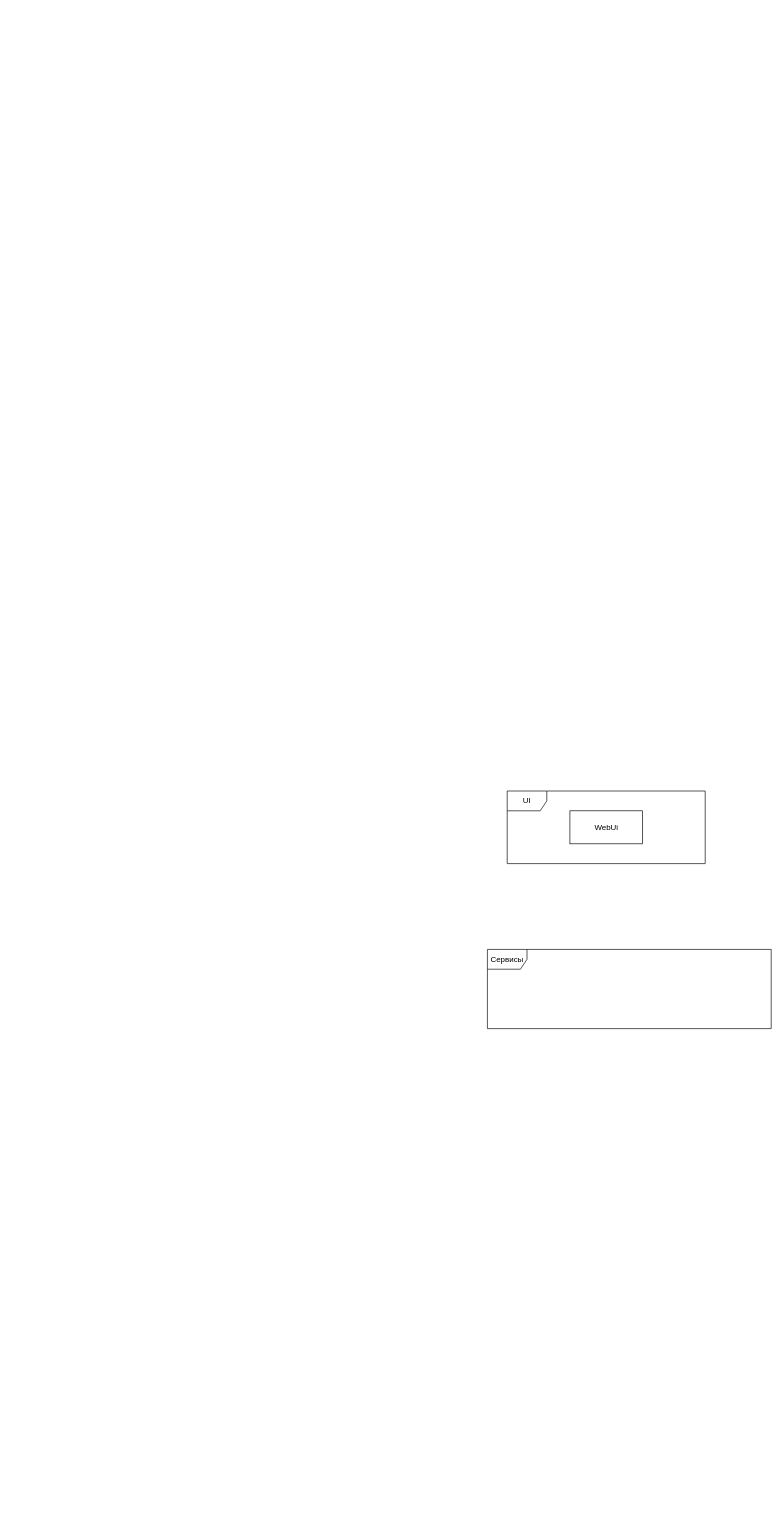
This is SalesFunnel.drawio from fulorgnas/fulorgnas, a draw.io file, before an edit. Source tidied: cells renumbered, new cells numbered last; positions are measured from the earlier drawing's top-left corner, leaving out a move shared by most shapes. Both pictures are drawn from the tidied source at 66%, with x=0, y=0 at pixel (487, 791). Pictures stored in the file or linked from it are replaced by grey dashed boxes.
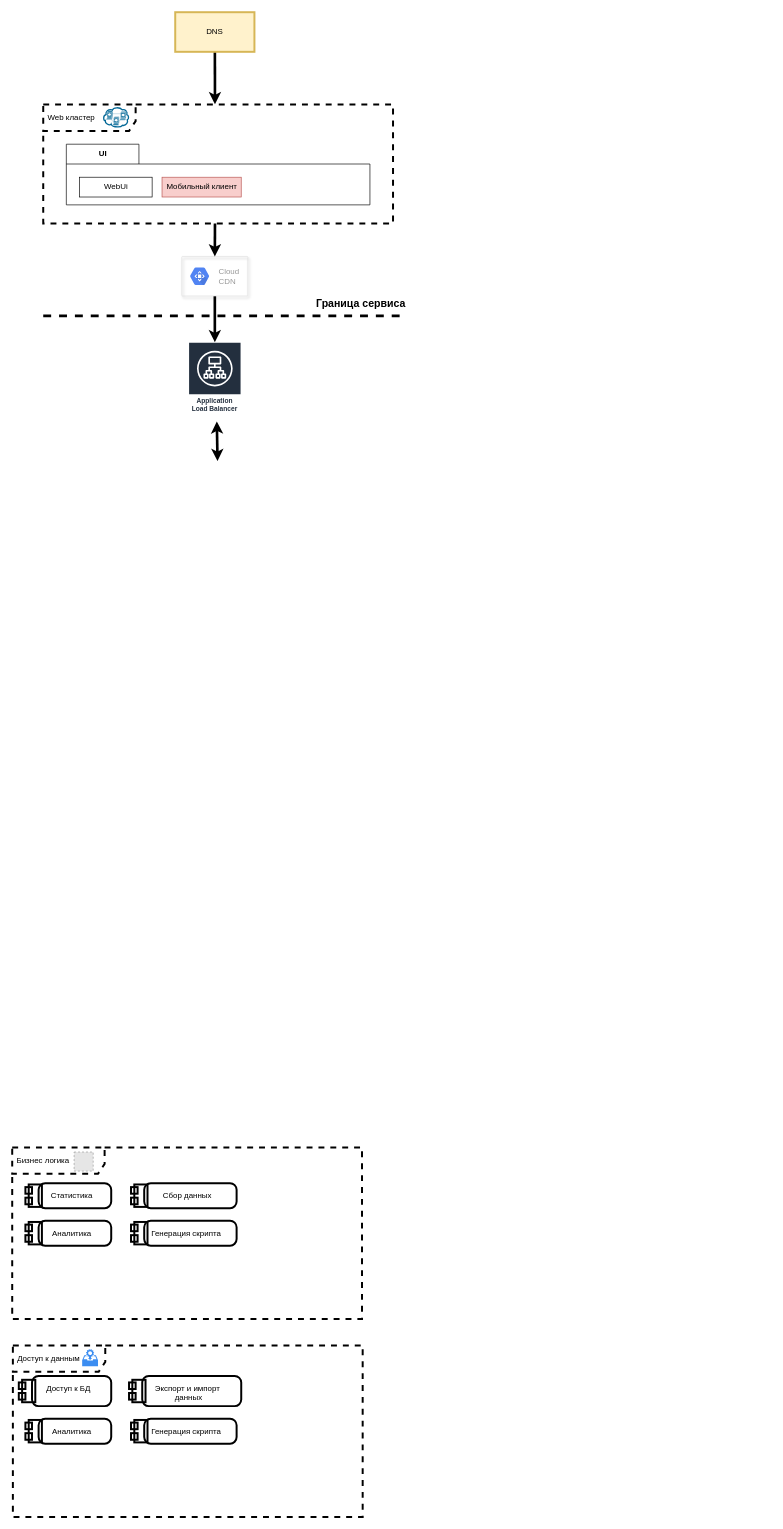
After the change.

The edit, as a diff of the source:
```diff
@@
-    <mxCell id="2" style="group;" parent="1" vertex="1">
-      <mxGeometry x="30" width="300" height="110" as="geometry" />
-    </mxCell>
+    <mxCell id="6" style="group;" parent="1" vertex="1">
+      <mxGeometry x="-720" y="540" width="530" height="260" as="geometry" />
+    </mxCell>
+    <mxCell id="7" value="Бизнес логика" style="shape=umlFrame;whiteSpace=wrap;html=1;width=140;height=40;boundedLbl=1;verticalAlign=middle;align=left;spacingLeft=5;fillColor=none;dashed=1;strokeWidth=3;" parent="6" vertex="1">
+      <mxGeometry width="530" height="260" as="geometry" />
+    </mxCell>
+    <mxCell id="8" value="Статистика" style="shape=mxgraph.uml25.actionParams;html=1;align=center;verticalAlign=top;absoluteArcSize=1;arcSize=10;dashed=0;spacingLeft=10;spacingTop=5;strokeWidth=3;fillColor=none;" parent="6" vertex="1">
+      <mxGeometry x="20" y="54.2" width="130" height="37.9" as="geometry" />
+    </mxCell>
+    <mxCell id="9" value="Аналитика" style="shape=mxgraph.uml25.actionParams;html=1;align=center;verticalAlign=top;absoluteArcSize=1;arcSize=10;dashed=0;spacingLeft=10;spacingTop=5;strokeWidth=3;fillColor=none;" parent="6" vertex="1">
+      <mxGeometry x="20" y="111" width="130" height="37.9" as="geometry" />
+    </mxCell>
+    <mxCell id="10" value="Сбор данных" style="shape=mxgraph.uml25.actionParams;html=1;align=center;verticalAlign=top;absoluteArcSize=1;arcSize=10;dashed=0;spacingLeft=10;spacingTop=5;strokeWidth=3;fillColor=none;" parent="6" vertex="1">
+      <mxGeometry x="180" y="54.2" width="160" height="37.9" as="geometry" />
+    </mxCell>
+    <mxCell id="11" value="Генерация скрипта&amp;nbsp;" style="shape=mxgraph.uml25.actionParams;html=1;align=center;verticalAlign=top;absoluteArcSize=1;arcSize=10;dashed=0;spacingLeft=10;spacingTop=5;strokeWidth=3;fillColor=none;" parent="6" vertex="1">
+      <mxGeometry x="180" y="111" width="160" height="37.9" as="geometry" />
+    </mxCell>
+    <mxCell id="12" style="fillColor=#E6E6E6;strokeColor=#999999;dashed=1;html=1;verticalAlign=top;verticalLabelPosition=bottom;labelBackgroundColor=#ffffff;" parent="6" vertex="1">
+      <mxGeometry x="93.8" y="7" width="28.9" height="28.9" as="geometry" />
+    </mxCell>
+    <mxCell id="13" style="group;" parent="1" vertex="1">
+      <mxGeometry x="-720" y="840" width="530" height="260" as="geometry" />
+    </mxCell>
+    <mxCell id="14" value="Доступ к данным" style="shape=umlFrame;whiteSpace=wrap;html=1;width=140;height=40;boundedLbl=1;verticalAlign=middle;align=left;spacingLeft=5;fillColor=none;dashed=1;strokeWidth=3;" parent="13" vertex="1">
+      <mxGeometry x="1" width="530" height="260" as="geometry" />
+    </mxCell>
+    <mxCell id="15" value="Доступ к БД" style="shape=mxgraph.uml25.actionParams;html=1;align=center;verticalAlign=top;absoluteArcSize=1;arcSize=10;dashed=0;spacingLeft=10;spacingTop=5;strokeWidth=3;fillColor=none;" parent="13" vertex="1">
+      <mxGeometry x="10" y="46.2" width="140" height="45.8" as="geometry" />
+    </mxCell>
+    <mxCell id="16" value="Аналитика" style="shape=mxgraph.uml25.actionParams;html=1;align=center;verticalAlign=top;absoluteArcSize=1;arcSize=10;dashed=0;spacingLeft=10;spacingTop=5;strokeWidth=3;fillColor=none;" parent="13" vertex="1">
+      <mxGeometry x="20" y="111" width="130" height="37.9" as="geometry" />
+    </mxCell>
+    <mxCell id="17" value="Экспорт и импорт&amp;nbsp;&lt;br&gt;данных" style="shape=mxgraph.uml25.actionParams;html=1;align=center;verticalAlign=top;absoluteArcSize=1;arcSize=10;dashed=0;spacingLeft=10;spacingTop=5;strokeWidth=3;fillColor=none;" parent="13" vertex="1">
+      <mxGeometry x="177" y="46.2" width="170" height="45.8" as="geometry" />
+    </mxCell>
+    <mxCell id="18" value="Генерация скрипта&amp;nbsp;" style="shape=mxgraph.uml25.actionParams;html=1;align=center;verticalAlign=top;absoluteArcSize=1;arcSize=10;dashed=0;spacingLeft=10;spacingTop=5;strokeWidth=3;fillColor=none;" parent="13" vertex="1">
+      <mxGeometry x="180" y="111" width="160" height="37.9" as="geometry" />
+    </mxCell>
+    <mxCell id="19" style="sketch=0;html=1;strokeColor=none;shadow=0;align=center;verticalAlign=top;fillColor=#3B8DF1;shape=mxgraph.gcp2.data_access;" parent="13" vertex="1">
+      <mxGeometry x="106" y="5.7" width="24" height="25.8" as="geometry" />
+    </mxCell>
+    <mxCell id="20" value="Web кластер" style="shape=umlFrame;whiteSpace=wrap;html=1;width=140;height=40;boundedLbl=1;verticalAlign=middle;align=left;spacingLeft=5;fillColor=none;dashed=1;strokeWidth=3;" parent="1" vertex="1">
+      <mxGeometry x="-673" y="-1040" width="530" height="180" as="geometry" />
+    </mxCell>
+    <mxCell id="21" style="shape=mxgraph.cisco.storage.web_cluster;html=1;dashed=0;fillColor=#036897;strokeColor=#ffffff;strokeWidth=2;verticalLabelPosition=bottom;verticalAlign=top;align=center;" parent="1" vertex="1">
+      <mxGeometry x="-583" y="-1036.6" width="40" height="30.6" as="geometry" />
+    </mxCell>
-    <mxCell id="3" value="UI" style="shape=umlFrame;whiteSpace=wrap;html=1;" parent="2" vertex="1">
-      <mxGeometry width="300" height="110" as="geometry" />
+    <mxCell id="3" value="UI" style="shape=folder;fontStyle=1;tabWidth=110;tabHeight=30;tabPosition=left;html=1;boundedLbl=1;labelInHeader=1;" parent="1" vertex="1">
+      <mxGeometry x="-638" y="-980" width="460" height="91.9" as="geometry" />
     </mxCell>
-    <mxCell id="4" value="WebUi" style="html=1;" parent="2" vertex="1">
-      <mxGeometry x="95" y="30" width="110" height="50" as="geometry" />
+    <mxCell id="4" value="WebUi" style="html=1;" parent="3" vertex="1">
+      <mxGeometry width="110" height="30" relative="1" as="geometry">
+        <mxPoint x="20" y="50" as="offset" />
+      </mxGeometry>
     </mxCell>
-    <mxCell id="5" value="Сервисы" style="shape=umlFrame;whiteSpace=wrap;html=1;" parent="1" vertex="1">
-      <mxGeometry y="240" width="430" height="120" as="geometry" />
-    </mxCell>
+    <mxCell id="22" value="Мобильный клиент" style="html=1;fillColor=#f8cecc;strokeColor=#b85450;" parent="1" vertex="1">
+      <mxGeometry x="-493" y="-930" width="120" height="30" as="geometry" />
+    </mxCell>
+    <mxCell id="23" style="edgeStyle=none;rounded=0;jettySize=auto;html=1;entryX=0.491;entryY=-0.003;entryDx=0;entryDy=0;entryPerimeter=0;strokeWidth=4;" parent="1" edge="1" source="24" target="20">
+      <mxGeometry relative="1" as="geometry" />
+    </mxCell>
+    <mxCell id="24" value="DNS" style="rounded=0;whiteSpace=wrap;html=1;strokeWidth=3;fillColor=#fff2cc;strokeColor=#d6b656;" parent="1" vertex="1">
+      <mxGeometry x="-473" y="-1180" width="120" height="60" as="geometry" />
+    </mxCell>
+    <mxCell id="25" style="edgeStyle=none;rounded=0;jettySize=auto;html=1;fontSize=16;strokeWidth=4;" parent="1" edge="1" source="26" target="29">
+      <mxGeometry relative="1" as="geometry" />
+    </mxCell>
+    <mxCell id="26" style="strokeColor=#dddddd;shadow=1;strokeWidth=1;rounded=1;absoluteArcSize=1;arcSize=2;fillColor=none;" parent="1" vertex="1">
+      <mxGeometry x="-463" y="-810" width="100" height="60" as="geometry" />
+    </mxCell>
+    <mxCell id="27" value="Cloud &#10;CDN" style="sketch=0;dashed=0;html=1;fillColor=#5184F3;strokeColor=none;shape=mxgraph.gcp2.hexIcon;prIcon=cloud_cdn;labelPosition=right;verticalLabelPosition=middle;align=left;verticalAlign=middle;spacingLeft=5;fontColor=#999999;fontSize=12;" parent="26" vertex="1">
+      <mxGeometry y="0.5" width="44" height="39" relative="1" as="geometry">
+        <mxPoint x="5" y="-19.5" as="offset" />
+      </mxGeometry>
+    </mxCell>
+    <mxCell id="28" style="edgeStyle=none;rounded=0;jettySize=auto;html=1;entryX=0.5;entryY=0;entryDx=0;entryDy=0;strokeWidth=4;exitX=0.491;exitY=1;exitDx=0;exitDy=0;exitPerimeter=0;" parent="1" edge="1" source="20" target="26">
+      <mxGeometry relative="1" as="geometry" />
+    </mxCell>
+    <mxCell id="29" value="Application Load Balancer" style="sketch=0;outlineConnect=0;fontColor=#232F3E;gradientColor=none;strokeColor=#ffffff;fillColor=#232F3E;dashed=0;verticalLabelPosition=middle;verticalAlign=bottom;align=center;html=1;whiteSpace=wrap;fontSize=10;fontStyle=1;spacing=3;shape=mxgraph.aws4.productIcon;prIcon=mxgraph.aws4.application_load_balancer;" parent="1" vertex="1">
+      <mxGeometry x="-453" y="-680" width="80" height="110" as="geometry" />
+    </mxCell>
+    <mxCell id="30" style="endArrow=none;dashed=1;html=1;rounded=0;strokeWidth=4;" parent="1" edge="1">
+      <mxGeometry relative="1" as="geometry">
+        <mxPoint x="-673" y="-720" as="sourcePoint" />
+        <mxPoint x="-133" y="-720" as="targetPoint" />
+      </mxGeometry>
+    </mxCell>
+    <mxCell id="31" value="Граница сервиса" style="edgeLabel;html=1;align=center;verticalAlign=middle;fontSize=16;fontStyle=1;" parent="30" vertex="1">
+      <mxGeometry x="0.63" y="-2" relative="1" as="geometry">
+        <mxPoint x="40" y="-22" as="offset" />
+      </mxGeometry>
+    </mxCell>
+    <mxCell id="32" style="endArrow=classic;startArrow=classic;html=1;rounded=0;fontSize=16;strokeWidth=4;" parent="1" edge="1">
+      <mxGeometry relative="1" as="geometry">
+        <mxPoint x="-408.9" y="-500" as="sourcePoint" />
+        <mxPoint x="-410" y="-560" as="targetPoint" />
+      </mxGeometry>
+    </mxCell>
```
